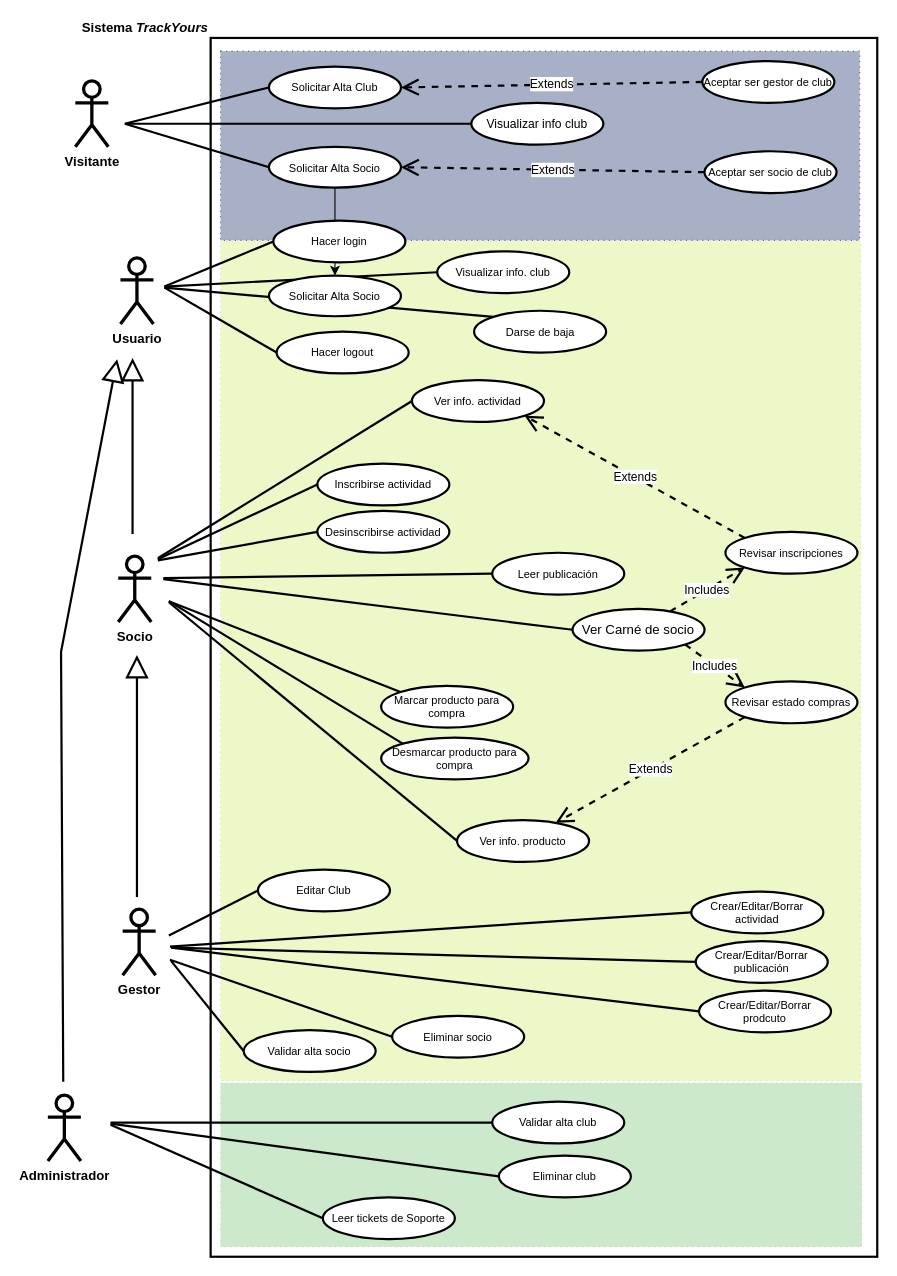
Earlier version of the draw.io diagram docs/other-resources/diagrams/Diagrama casos de uso.drawio (RobertoHimarMS/TRACKS). Source tidied: cells renumbered, new cells numbered last; positions are measured from the earlier drawing's top-left corner, leaving out a move shared by most shapes. Both pictures are drawn from the tidied source at 110%, with x=0, y=0 at pixel (47, 37).
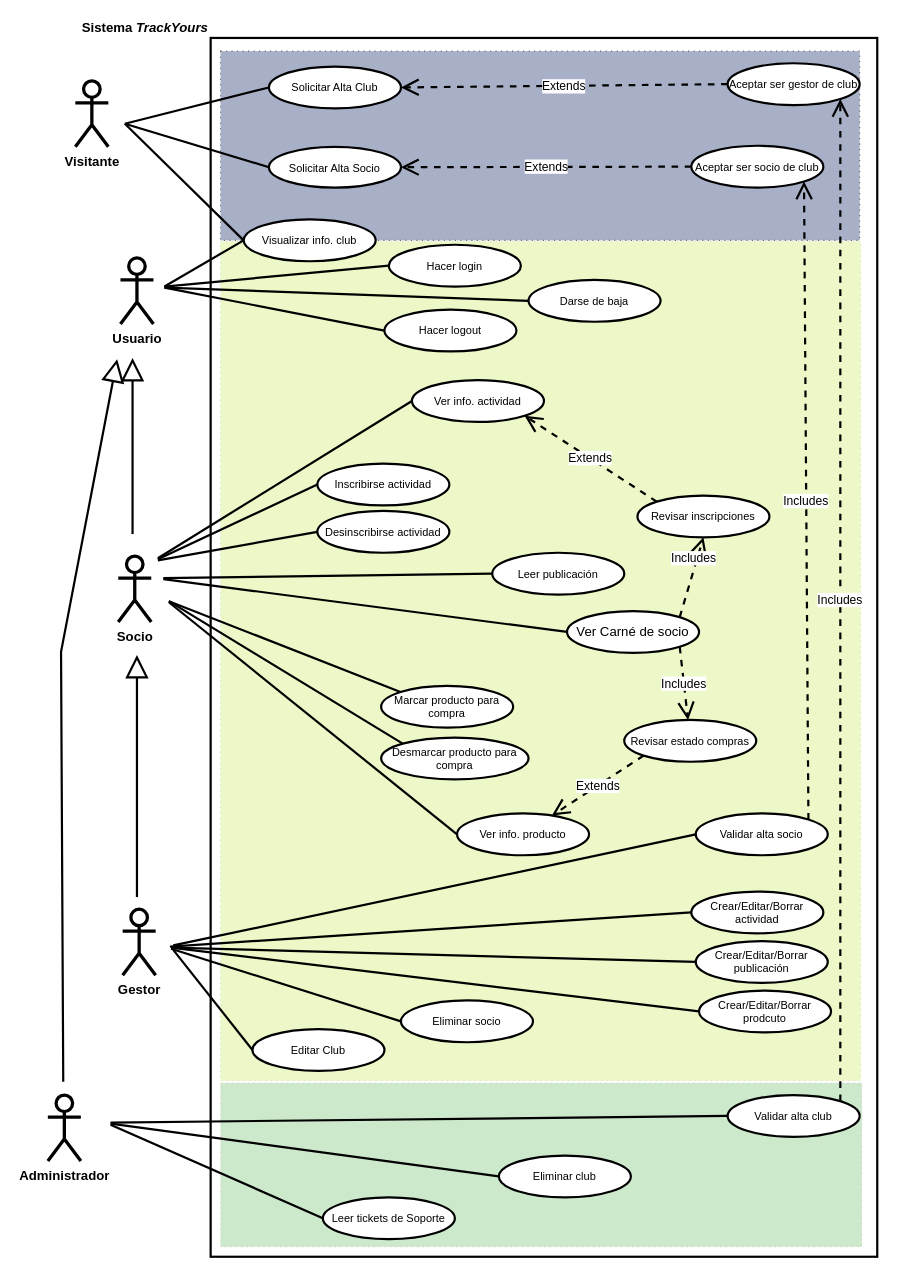
The same page after the edit.

Commit message (it also covers changes not shown here):
Cambio del diagrama de casos de usos

The change refers to these unchanged cells:
```xml
<mxCell id="13" value="Solicitar Alta Socio" style="ellipse;whiteSpace=wrap;html=1;fontSize=10;fontStyle=0;strokeWidth=2;" parent="1" vertex="1">
  <mxGeometry x="201" y="99" width="120" height="37" as="geometry" />
</mxCell>
```

The edit, as a diff of the source:
```diff
@@
-    <mxCell id="12" style="edgeStyle=orthogonalEdgeStyle;rounded=0;jettySize=auto;html=1;" parent="1" edge="1" source="13" target="73">
-      <mxGeometry relative="1" as="geometry" />
-    </mxCell>
@@
-    <mxCell id="14" value="Visualizar info club" style="ellipse;whiteSpace=wrap;html=1;fontSize=11;fontStyle=0;strokeWidth=2;" parent="1" vertex="1">
-      <mxGeometry x="385" y="59" width="120" height="38" as="geometry" />
-    </mxCell>
@@
     <mxCell id="18" value="Hacer login" style="ellipse;whiteSpace=wrap;html=1;fontSize=10;fontStyle=0;strokeWidth=2;" parent="1" vertex="1">
-      <mxGeometry x="205" y="166" width="120" height="38" as="geometry" />
+      <mxGeometry x="310" y="188" width="120" height="38" as="geometry" />
     </mxCell>
     <mxCell id="19" value="Hacer logout" style="ellipse;whiteSpace=wrap;html=1;fontSize=10;fontStyle=0;strokeWidth=2;" parent="1" vertex="1">
-      <mxGeometry x="208" y="267" width="120" height="38" as="geometry" />
+      <mxGeometry x="306" y="247" width="120" height="38" as="geometry" />
     </mxCell>
     <mxCell id="20" value="Visualizar info. club" style="ellipse;whiteSpace=wrap;html=1;fontSize=10;fontStyle=0;strokeWidth=2;" parent="1" vertex="1">
-      <mxGeometry x="354" y="194" width="120" height="38" as="geometry" />
+      <mxGeometry x="178" y="165" width="120" height="38" as="geometry" />
     </mxCell>
@@
     <mxCell id="24" value="Ver Carné de socio" style="ellipse;whiteSpace=wrap;html=1;fontSize=12;strokeWidth=2;fontStyle=0;" parent="1" vertex="1">
-      <mxGeometry x="477" y="519" width="120" height="38" as="geometry" />
+      <mxGeometry x="472" y="521" width="120" height="38" as="geometry" />
     </mxCell>
     <mxCell id="25" value="Revisar estado compras" style="ellipse;whiteSpace=wrap;html=1;fontSize=10;fontStyle=0;strokeWidth=2;" parent="1" vertex="1">
-      <mxGeometry x="616" y="585" width="120" height="38" as="geometry" />
+      <mxGeometry x="524" y="620" width="120" height="38" as="geometry" />
     </mxCell>
@@
     <mxCell id="29" value="Ver info. producto" style="ellipse;whiteSpace=wrap;html=1;fontSize=10;fontStyle=0;strokeWidth=2;" parent="1" vertex="1">
-      <mxGeometry x="372" y="711" width="120" height="38" as="geometry" />
+      <mxGeometry x="372" y="705" width="120" height="38" as="geometry" />
     </mxCell>
@@
     <mxCell id="32" value="Editar Club" style="ellipse;whiteSpace=wrap;html=1;fontSize=10;fontStyle=0;strokeWidth=2;" parent="1" vertex="1">
-      <mxGeometry x="191" y="756" width="120" height="38" as="geometry" />
+      <mxGeometry x="186" y="901" width="120" height="38" as="geometry" />
     </mxCell>
@@
     <mxCell id="34" value="Validar alta club" style="ellipse;whiteSpace=wrap;html=1;fontSize=10;fontStyle=0;strokeWidth=2;" parent="1" vertex="1">
-      <mxGeometry x="404" y="967" width="120" height="38" as="geometry" />
+      <mxGeometry x="618" y="961" width="120" height="38" as="geometry" />
     </mxCell>
     <mxCell id="35" value="Validar alta socio" style="ellipse;whiteSpace=wrap;html=1;fontSize=10;fontStyle=0;strokeWidth=2;" parent="1" vertex="1">
-      <mxGeometry x="178" y="902" width="120" height="38" as="geometry" />
+      <mxGeometry x="589" y="705" width="120" height="38" as="geometry" />
     </mxCell>
     <mxCell id="36" value="Eliminar socio" style="ellipse;whiteSpace=wrap;html=1;fontSize=10;fontStyle=0;strokeWidth=2;" parent="1" vertex="1">
-      <mxGeometry x="313" y="889" width="120" height="38" as="geometry" />
+      <mxGeometry x="321" y="875" width="120" height="38" as="geometry" />
     </mxCell>
     <mxCell id="37" value="Darse de baja" style="ellipse;whiteSpace=wrap;html=1;fontSize=10;fontStyle=0;strokeWidth=2;" parent="1" vertex="1">
-      <mxGeometry x="387.5" y="248" width="120" height="38" as="geometry" />
+      <mxGeometry x="437" y="220" width="120" height="38" as="geometry" />
     </mxCell>
@@
-    <mxCell id="40" style="endArrow=none;html=1;rounded=0;entryX=0;entryY=0;entryDx=0;entryDy=0;strokeWidth=2;" parent="1" edge="1" target="37">
+    <mxCell id="40" style="endArrow=none;html=1;rounded=0;strokeWidth=2;entryX=0;entryY=0.5;entryDx=0;entryDy=0;" parent="1" edge="1" target="37">
       <mxGeometry relative="1" as="geometry">
         <mxPoint x="106" y="227" as="sourcePoint" />
       </mxGeometry>
     </mxCell>
@@
-    <mxCell id="49" style="endArrow=none;html=1;rounded=0;exitX=0;exitY=0.5;exitDx=0;exitDy=0;strokeWidth=2;" parent="1" edge="1" source="14">
+    <mxCell id="49" style="endArrow=none;html=1;rounded=0;exitX=0;exitY=0.5;exitDx=0;exitDy=0;strokeWidth=2;" parent="1" edge="1" source="20">
       <mxGeometry relative="1" as="geometry">
         <mxPoint x="70" y="78" as="targetPoint" />
       </mxGeometry>
     </mxCell>
@@
     <mxCell id="53" value="Aceptar ser gestor de club" style="ellipse;whiteSpace=wrap;html=1;fontSize=10;fontStyle=0;strokeWidth=2;" parent="1" vertex="1">
-      <mxGeometry x="595" y="21" width="120" height="38" as="geometry" />
+      <mxGeometry x="618" y="23" width="120" height="38" as="geometry" />
     </mxCell>
     <mxCell id="54" value="Aceptar ser socio de club" style="ellipse;whiteSpace=wrap;html=1;fontSize=10;fontStyle=0;strokeWidth=2;" parent="1" vertex="1">
-      <mxGeometry x="597" y="103" width="120" height="38" as="geometry" />
+      <mxGeometry x="585" y="98" width="120" height="38" as="geometry" />
     </mxCell>
@@
     <mxCell id="58" style="endArrow=none;html=1;rounded=0;exitX=0;exitY=0.5;exitDx=0;exitDy=0;strokeWidth=2;" parent="1" edge="1" source="35">
       <mxGeometry relative="1" as="geometry">
-        <mxPoint x="112" y="839" as="targetPoint" />
+        <mxPoint x="114" y="825" as="targetPoint" />
       </mxGeometry>
     </mxCell>
     <mxCell id="59" style="endArrow=none;html=1;rounded=0;entryX=0;entryY=0.5;entryDx=0;entryDy=0;strokeWidth=2;" parent="1" edge="1" target="32">
       <mxGeometry relative="1" as="geometry">
-        <mxPoint x="110" y="816" as="sourcePoint" />
+        <mxPoint x="114" y="829" as="sourcePoint" />
       </mxGeometry>
     </mxCell>
@@
     <mxCell id="64" style="endArrow=none;html=1;rounded=0;entryX=0;entryY=0.5;entryDx=0;entryDy=0;strokeWidth=2;" parent="1" edge="1" target="36">
       <mxGeometry relative="1" as="geometry">
-        <mxPoint x="111" y="838" as="sourcePoint" />
+        <mxPoint x="112" y="828" as="sourcePoint" />
       </mxGeometry>
     </mxCell>
@@
     <mxCell id="68" value="Revisar inscripciones" style="ellipse;whiteSpace=wrap;html=1;fontSize=10;fontStyle=0;strokeWidth=2;" parent="1" vertex="1">
-      <mxGeometry x="616" y="449" width="120" height="38" as="geometry" />
+      <mxGeometry x="536" y="416" width="120" height="38" as="geometry" />
     </mxCell>
@@
-    <mxCell id="71" value="Includes" style="endArrow=open;endSize=12;dashed=1;html=1;rounded=0;entryX=0;entryY=1;entryDx=0;entryDy=0;strokeWidth=2;" parent="1" edge="1" source="24" target="68">
-      <mxGeometry relative="1" as="geometry" />
+    <mxCell id="71" value="Includes" style="endArrow=open;endSize=12;dashed=1;html=1;rounded=0;entryX=0.5;entryY=1;entryDx=0;entryDy=0;strokeWidth=2;exitX=1;exitY=0;exitDx=0;exitDy=0;" parent="1" edge="1" source="24" target="68">
+      <mxGeometry x="0.45" y="3" relative="1" as="geometry" />
     </mxCell>
-    <mxCell id="72" value="Includes" style="endArrow=open;endSize=12;dashed=1;html=1;rounded=0;exitX=1;exitY=1;exitDx=0;exitDy=0;entryX=0;entryY=0;entryDx=0;entryDy=0;strokeWidth=2;" parent="1" edge="1" source="24" target="25">
+    <mxCell id="72" value="Includes" style="endArrow=open;endSize=12;dashed=1;html=1;rounded=0;exitX=1;exitY=1;exitDx=0;exitDy=0;strokeWidth=2;" parent="1" edge="1" source="24" target="25">
       <mxGeometry relative="1" as="geometry" />
     </mxCell>
-    <mxCell id="73" value="Solicitar Alta Socio" style="ellipse;whiteSpace=wrap;html=1;fontSize=10;fontStyle=0;strokeWidth=2;" parent="1" vertex="1">
-      <mxGeometry x="201" y="216" width="120" height="37" as="geometry" />
-    </mxCell>
+    <mxCell id="74" value="Includes" style="endArrow=open;endSize=12;dashed=1;html=1;rounded=0;exitX=1;exitY=0;exitDx=0;exitDy=0;strokeWidth=2;entryX=1;entryY=1;entryDx=0;entryDy=0;" parent="1" edge="1" source="35" target="54">
+      <mxGeometry relative="1" as="geometry" />
+    </mxCell>
+    <mxCell id="75" value="Includes" style="endArrow=open;endSize=12;dashed=1;html=1;rounded=0;exitX=1;exitY=0;exitDx=0;exitDy=0;strokeWidth=2;entryX=1;entryY=1;entryDx=0;entryDy=0;" parent="1" edge="1" source="34" target="53">
+      <mxGeometry relative="1" as="geometry" />
+    </mxCell>
```
